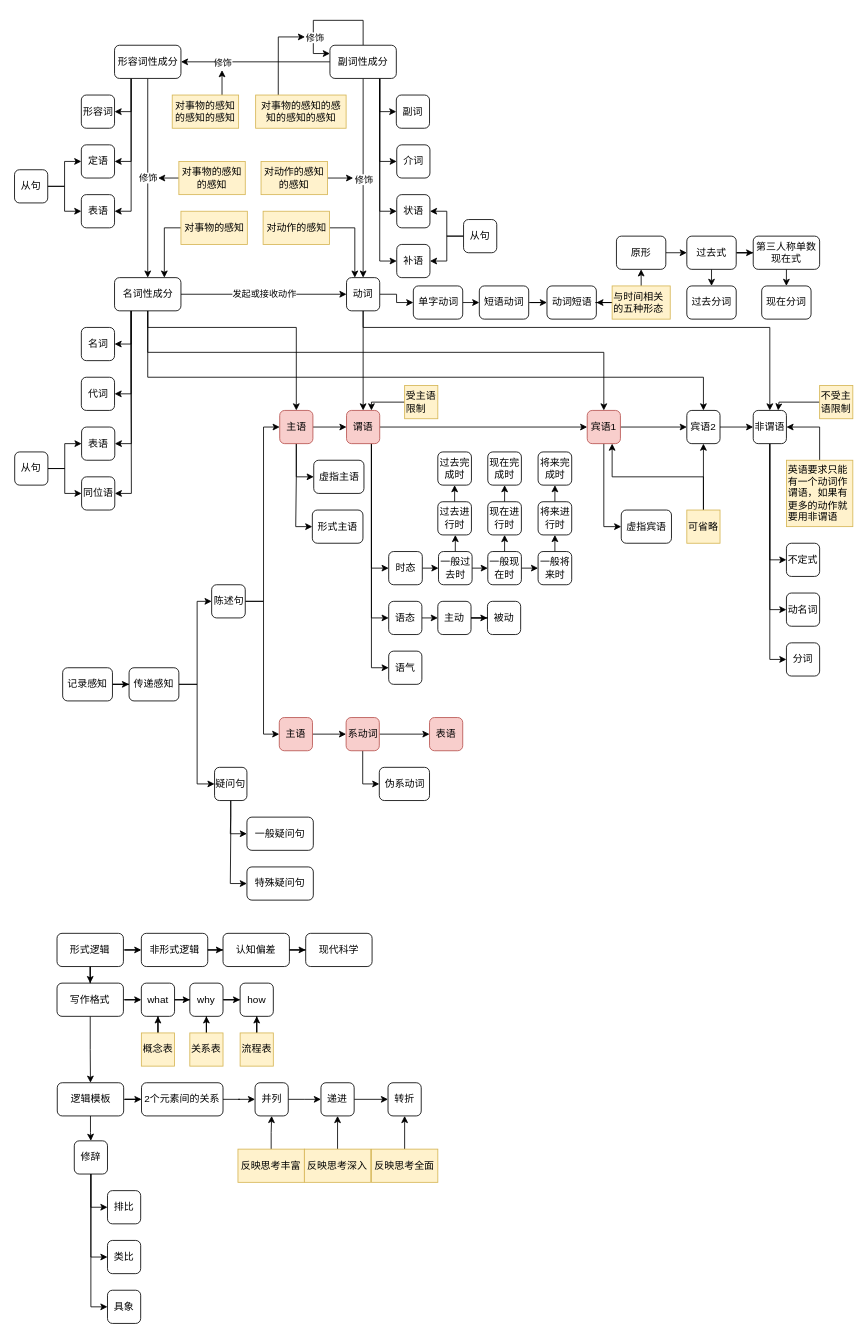
yanhanfrontend/draw.io.workspace keeps this draw.io diagram as 语言文字.drawio. Above is the earlier version. Source tidied: cells renumbered, new cells numbered last; positions are measured from the earlier drawing's top-left corner, leaving out a move shared by most shapes. Both pictures are drawn from the tidied source at 83%, with x=0, y=0 at pixel (14, 20).
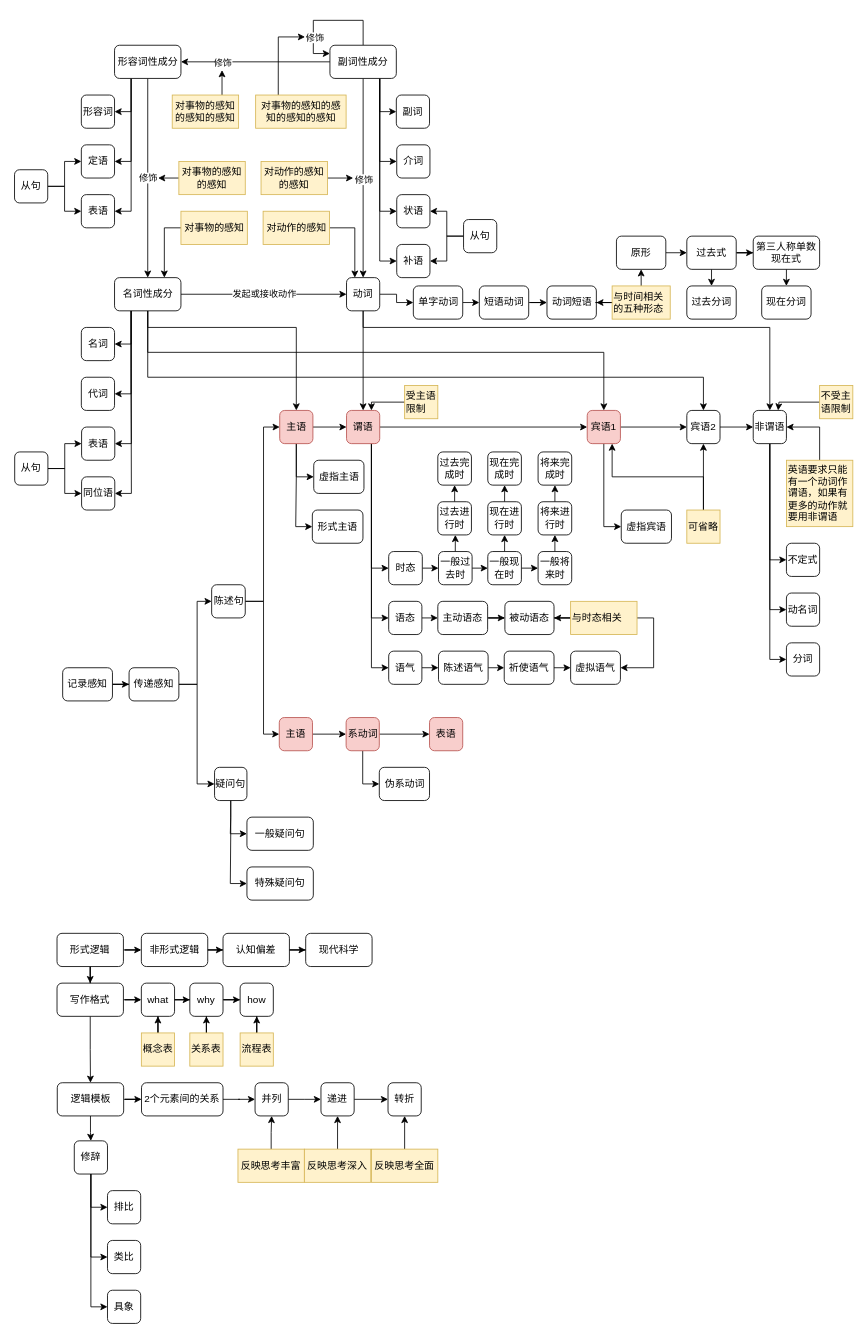
Above is the later version.

Commit message (it also covers changes not shown here):
更新语言文字.drawio

The change refers to these unchanged cells:
```xml
<mxCell id="160" value="语气" style="rounded=1;whiteSpace=wrap;html=1;" parent="1" vertex="1">
  <mxGeometry x="450.8" y="760" width="40" height="40" as="geometry" />
</mxCell>
```

The edit, as a diff of the source:
```diff
@@
+    <mxCell id="203" style="edgeStyle=orthogonalEdgeStyle;rounded=0;jettySize=auto;html=1;exitX=1;exitY=0.5;exitDx=0;exitDy=0;entryX=0;entryY=0.5;entryDx=0;entryDy=0;" parent="1" edge="1" source="160" target="205">
+      <mxGeometry relative="1" as="geometry" />
+    </mxCell>
@@
-    <mxCell id="200" value="被动" style="rounded=1;whiteSpace=wrap;html=1;" parent="1" vertex="1">
-      <mxGeometry x="569.8" y="700" width="40" height="40" as="geometry" />
+    <mxCell id="200" value="被动语态" style="rounded=1;whiteSpace=wrap;html=1;" parent="1" vertex="1">
+      <mxGeometry x="590.8" y="700" width="59.2" height="40" as="geometry" />
     </mxCell>
@@
-    <mxCell id="202" value="主动" style="rounded=1;whiteSpace=wrap;html=1;" parent="1" vertex="1">
-      <mxGeometry x="510" y="700" width="40" height="40" as="geometry" />
+    <mxCell id="202" value="主动语态" style="rounded=1;whiteSpace=wrap;html=1;" parent="1" vertex="1">
+      <mxGeometry x="510" y="700" width="60" height="40" as="geometry" />
     </mxCell>
+    <mxCell id="204" style="edgeStyle=orthogonalEdgeStyle;rounded=0;jettySize=auto;html=1;exitX=1;exitY=0.5;exitDx=0;exitDy=0;entryX=0;entryY=0.5;entryDx=0;entryDy=0;" parent="1" edge="1" source="205" target="207">
+      <mxGeometry relative="1" as="geometry" />
+    </mxCell>
+    <mxCell id="205" value="陈述语气" style="rounded=1;whiteSpace=wrap;html=1;" parent="1" vertex="1">
+      <mxGeometry x="510.8" y="760" width="59.8" height="40" as="geometry" />
+    </mxCell>
+    <mxCell id="206" style="edgeStyle=orthogonalEdgeStyle;rounded=0;jettySize=auto;html=1;exitX=1;exitY=0.5;exitDx=0;exitDy=0;entryX=0;entryY=0.5;entryDx=0;entryDy=0;" parent="1" edge="1" source="207" target="208">
+      <mxGeometry relative="1" as="geometry" />
+    </mxCell>
+    <mxCell id="207" value="祈使语气" style="rounded=1;whiteSpace=wrap;html=1;" parent="1" vertex="1">
+      <mxGeometry x="590" y="760" width="60" height="40" as="geometry" />
+    </mxCell>
+    <mxCell id="208" value="虚拟语气" style="rounded=1;whiteSpace=wrap;html=1;" parent="1" vertex="1">
+      <mxGeometry x="670" y="760" width="60" height="40" as="geometry" />
+    </mxCell>
+    <mxCell id="209" style="edgeStyle=orthogonalEdgeStyle;rounded=0;jettySize=auto;html=1;exitX=0;exitY=0.5;exitDx=0;exitDy=0;" parent="1" edge="1" source="211" target="200">
+      <mxGeometry relative="1" as="geometry" />
+    </mxCell>
+    <mxCell id="210" style="edgeStyle=orthogonalEdgeStyle;rounded=0;jettySize=auto;html=1;exitX=1;exitY=0.5;exitDx=0;exitDy=0;entryX=1;entryY=0.5;entryDx=0;entryDy=0;" parent="1" edge="1" source="211" target="208">
+      <mxGeometry relative="1" as="geometry" />
+    </mxCell>
+    <mxCell id="211" value="与时态相关" style="text;html=1;align=left;verticalAlign=middle;whiteSpace=wrap;rounded=0;fillColor=#fff2cc;strokeColor=#d6b656;" parent="1" vertex="1">
+      <mxGeometry x="670" y="700" width="80" height="40" as="geometry" />
+    </mxCell>
```
